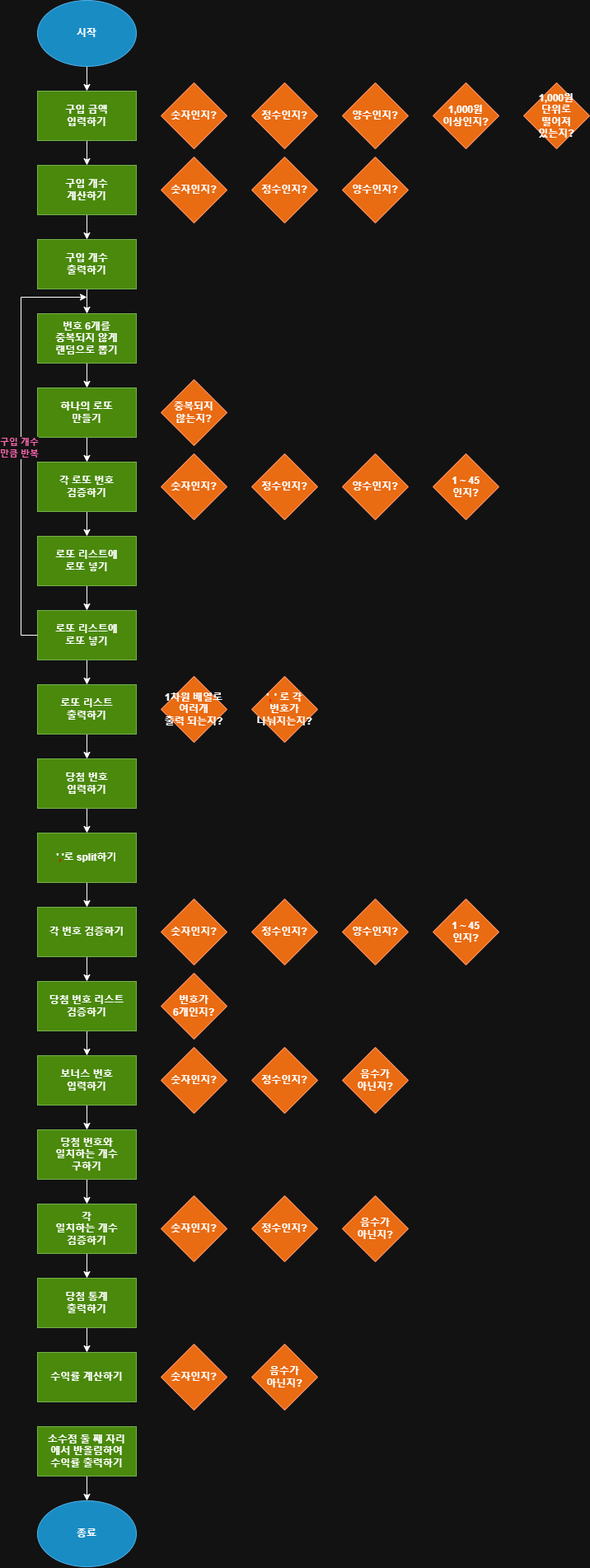
The draw.io diagram images/flowchart_3w.png in LeeKangRyong/javascript-lotto-8, before a commit. Source tidied: cells renumbered, new cells last; positions are measured from the earlier drawing's top-left corner, leaving out a move shared by most shapes.
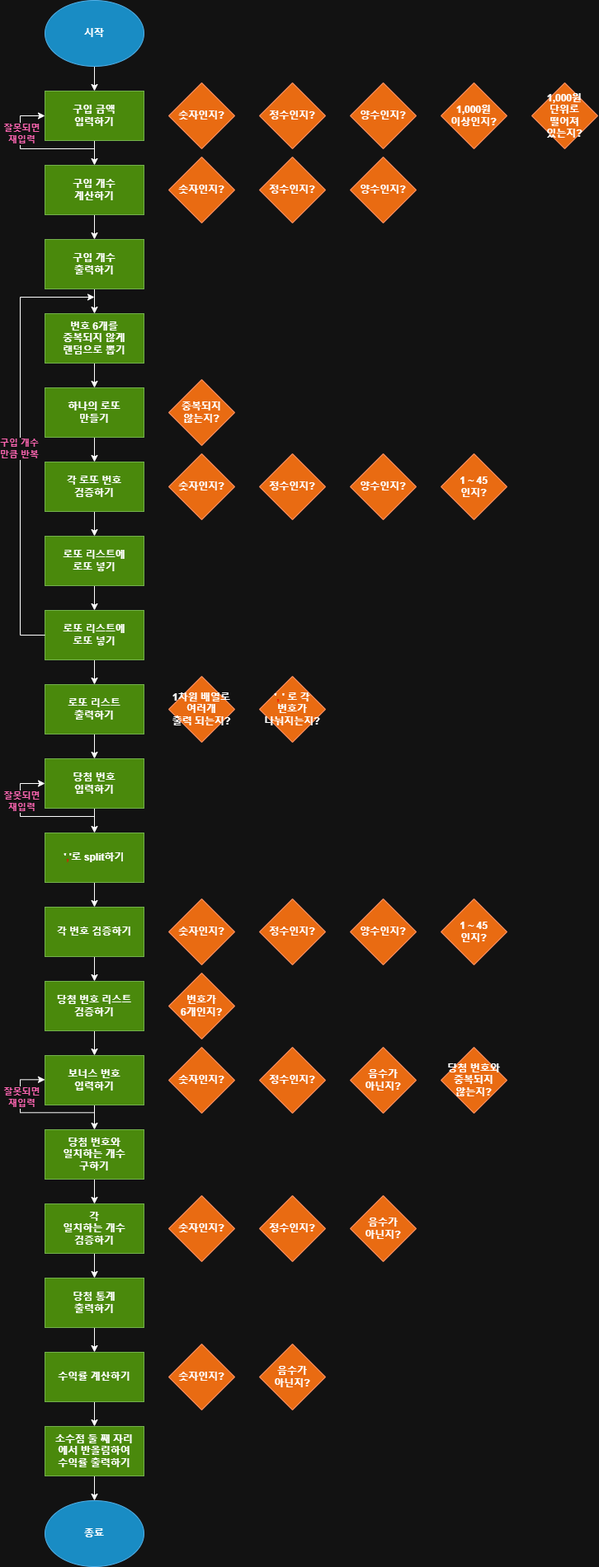
After the change.

Change to the diagram source:
```diff
@@ -97,14 +97,14 @@
     </mxCell>
     <mxCell id="33" style="endArrow=classic;html=1;rounded=0;" parent="1" edge="1">
       <mxGeometry relative="1" as="geometry">
-        <mxPoint y="360" as="sourcePoint" />
+        <mxPoint x="-10" y="360" as="sourcePoint" />
         <mxPoint x="80" y="360" as="targetPoint" />
       </mxGeometry>
     </mxCell>
     <mxCell id="34" style="endArrow=none;html=1;rounded=0;" parent="1" edge="1">
       <mxGeometry relative="1" as="geometry">
-        <mxPoint y="770" as="sourcePoint" />
-        <mxPoint y="360" as="targetPoint" />
+        <mxPoint x="-10" y="770" as="sourcePoint" />
+        <mxPoint x="-10" y="360" as="targetPoint" />
       </mxGeometry>
     </mxCell>
     <mxCell id="35" value="&lt;b&gt;&lt;font style=&quot;color: light-dark(rgb(0, 0, 0), rgb(255, 102, 179));&quot;&gt;구입 개수&lt;/font&gt;&lt;/b&gt;&lt;div&gt;&lt;b&gt;&lt;font style=&quot;color: light-dark(rgb(0, 0, 0), rgb(255, 102, 179));&quot;&gt;만큼 반복&lt;/font&gt;&lt;/b&gt;&lt;/div&gt;" style="edgeLabel;html=1;align=center;verticalAlign=middle;" parent="34" vertex="1">
@@ -112,7 +112,7 @@
     </mxCell>
     <mxCell id="36" style="endArrow=none;html=1;rounded=0;entryX=0;entryY=0.5;entryDx=0;entryDy=0;" parent="1" edge="1" target="32">
       <mxGeometry relative="1" as="geometry">
-        <mxPoint y="770" as="sourcePoint" />
+        <mxPoint x="-10" y="770" as="sourcePoint" />
       </mxGeometry>
     </mxCell>
     <mxCell id="37" style="edgeStyle=orthogonalEdgeStyle;rounded=0;jettySize=auto;html=1;" parent="1" edge="1" source="38" target="42">
@@ -210,6 +210,9 @@
     <mxCell id="67" value="&lt;div&gt;&lt;b style=&quot;color: light-dark(rgb(255, 255, 255), rgb(255, 255, 255)); background-color: transparent;&quot;&gt;당첨 통계&lt;/b&gt;&lt;/div&gt;&lt;div&gt;&lt;b style=&quot;color: light-dark(rgb(255, 255, 255), rgb(255, 255, 255)); background-color: transparent;&quot;&gt;출력하기&lt;/b&gt;&lt;/div&gt;" style="rounded=0;whiteSpace=wrap;html=1;fillColor=#60a917;fontColor=#ffffff;strokeColor=#2D7600;" parent="1" vertex="1">
       <mxGeometry x="20" y="1550" width="120" height="60" as="geometry" />
     </mxCell>
+    <mxCell id="74" style="edgeStyle=orthogonalEdgeStyle;rounded=0;jettySize=auto;html=1;" parent="1" edge="1" source="68" target="72">
+      <mxGeometry relative="1" as="geometry" />
+    </mxCell>
     <mxCell id="68" value="&lt;div&gt;&lt;b style=&quot;background-color: transparent; color: light-dark(rgb(255, 255, 255), rgb(255, 255, 255));&quot;&gt;수익률 계산하기&lt;/b&gt;&lt;/div&gt;" style="rounded=0;whiteSpace=wrap;html=1;fillColor=#60a917;fontColor=#ffffff;strokeColor=#2D7600;" parent="1" vertex="1">
       <mxGeometry x="20" y="1640" width="120" height="60" as="geometry" />
     </mxCell>
@@ -228,5 +231,70 @@
     <mxCell id="73" value="&lt;b&gt;&lt;font style=&quot;color: light-dark(rgb(255, 255, 255), rgb(255, 255, 255));&quot;&gt;종료&lt;/font&gt;&lt;/b&gt;" style="ellipse;whiteSpace=wrap;html=1;fillColor=#1ba1e2;fontColor=#ffffff;strokeColor=#006EAF;" parent="1" vertex="1">
       <mxGeometry x="20" y="1820" width="120" height="80" as="geometry" />
     </mxCell>
+    <mxCell id="75" value="&lt;div&gt;&lt;font style=&quot;color: light-dark(rgb(255, 255, 255), rgb(255, 255, 255));&quot;&gt;&lt;b style=&quot;&quot;&gt;당첨 번호와&lt;/b&gt;&lt;/font&gt;&lt;/div&gt;&lt;div&gt;&lt;font style=&quot;color: light-dark(rgb(255, 255, 255), rgb(255, 255, 255));&quot;&gt;&lt;b&gt;중복되지&lt;/b&gt;&lt;/font&gt;&lt;/div&gt;&lt;div&gt;&lt;font style=&quot;color: light-dark(rgb(255, 255, 255), rgb(255, 255, 255));&quot;&gt;&lt;b style=&quot;&quot;&gt;않는지?&lt;/b&gt;&lt;/font&gt;&lt;/div&gt;" style="rhombus;whiteSpace=wrap;html=1;fillColor=#fa6800;fontColor=#000000;strokeColor=#C73500;" parent="1" vertex="1">
+      <mxGeometry x="500" y="1270" width="80" height="80" as="geometry" />
+    </mxCell>
+    <mxCell id="76" style="endArrow=none;html=1;rounded=0;" parent="1" edge="1">
+      <mxGeometry relative="1" as="geometry">
+        <mxPoint x="-10" y="180" as="sourcePoint" />
+        <mxPoint x="80" y="180" as="targetPoint" />
+      </mxGeometry>
+    </mxCell>
+    <mxCell id="77" style="endArrow=none;html=1;rounded=0;" parent="1" edge="1">
+      <mxGeometry relative="1" as="geometry">
+        <mxPoint x="-10" y="180" as="sourcePoint" />
+        <mxPoint x="-10" y="140" as="targetPoint" />
+      </mxGeometry>
+    </mxCell>
+    <mxCell id="78" value="&lt;font style=&quot;color: light-dark(rgb(0, 0, 0), rgb(255, 102, 179));&quot;&gt;&lt;b&gt;잘못되면&lt;/b&gt;&lt;/font&gt;&lt;div&gt;&lt;font style=&quot;color: light-dark(rgb(0, 0, 0), rgb(255, 102, 179));&quot;&gt;&lt;b&gt;재입력&lt;/b&gt;&lt;/font&gt;&lt;/div&gt;" style="edgeLabel;html=1;align=center;verticalAlign=middle;" parent="77" vertex="1">
+      <mxGeometry x="-0.03" y="-1" relative="1" as="geometry" />
+    </mxCell>
+    <mxCell id="79" style="endArrow=classic;html=1;rounded=0;entryX=0;entryY=0.5;entryDx=0;entryDy=0;" parent="1" edge="1" target="5">
+      <mxGeometry relative="1" as="geometry">
+        <mxPoint x="-10" y="140" as="sourcePoint" />
+      </mxGeometry>
+    </mxCell>
+    <mxCell id="80" style="endArrow=none;html=1;rounded=0;" parent="1" edge="1">
+      <mxGeometry relative="1" as="geometry">
+        <mxPoint x="-10" y="990" as="sourcePoint" />
+        <mxPoint x="80" y="990" as="targetPoint" />
+      </mxGeometry>
+    </mxCell>
+    <mxCell id="81" style="endArrow=none;html=1;rounded=0;" parent="1" edge="1">
+      <mxGeometry relative="1" as="geometry">
+        <mxPoint x="-10" y="990" as="sourcePoint" />
+        <mxPoint x="-10" y="950" as="targetPoint" />
+      </mxGeometry>
+    </mxCell>
+    <mxCell id="82" value="&lt;font style=&quot;color: light-dark(rgb(0, 0, 0), rgb(255, 102, 179));&quot;&gt;&lt;b&gt;잘못되면&lt;/b&gt;&lt;/font&gt;&lt;div&gt;&lt;font style=&quot;color: light-dark(rgb(0, 0, 0), rgb(255, 102, 179));&quot;&gt;&lt;b&gt;재입력&lt;/b&gt;&lt;/font&gt;&lt;/div&gt;" style="edgeLabel;html=1;align=center;verticalAlign=middle;" parent="81" vertex="1">
+      <mxGeometry x="-0.03" y="-1" relative="1" as="geometry" />
+    </mxCell>
+    <mxCell id="83" style="endArrow=classic;html=1;rounded=0;entryX=0;entryY=0.5;entryDx=0;entryDy=0;" parent="1" edge="1">
+      <mxGeometry relative="1" as="geometry">
+        <mxPoint x="-10" y="950" as="sourcePoint" />
+        <mxPoint x="20" y="950" as="targetPoint" />
+      </mxGeometry>
+    </mxCell>
+    <mxCell id="84" style="endArrow=none;html=1;rounded=0;" parent="1" edge="1">
+      <mxGeometry relative="1" as="geometry">
+        <mxPoint x="-10" y="1349.3" as="sourcePoint" />
+        <mxPoint x="80" y="1349.3" as="targetPoint" />
+      </mxGeometry>
+    </mxCell>
+    <mxCell id="85" style="endArrow=none;html=1;rounded=0;" parent="1" edge="1">
+      <mxGeometry relative="1" as="geometry">
+        <mxPoint x="-10" y="1349.3" as="sourcePoint" />
+        <mxPoint x="-10" y="1309.3" as="targetPoint" />
+      </mxGeometry>
+    </mxCell>
+    <mxCell id="86" value="&lt;font style=&quot;color: light-dark(rgb(0, 0, 0), rgb(255, 102, 179));&quot;&gt;&lt;b&gt;잘못되면&lt;/b&gt;&lt;/font&gt;&lt;div&gt;&lt;font style=&quot;color: light-dark(rgb(0, 0, 0), rgb(255, 102, 179));&quot;&gt;&lt;b&gt;재입력&lt;/b&gt;&lt;/font&gt;&lt;/div&gt;" style="edgeLabel;html=1;align=center;verticalAlign=middle;" parent="85" vertex="1">
+      <mxGeometry x="-0.03" y="-1" relative="1" as="geometry" />
+    </mxCell>
+    <mxCell id="87" style="endArrow=classic;html=1;rounded=0;entryX=0;entryY=0.5;entryDx=0;entryDy=0;" parent="1" edge="1">
+      <mxGeometry relative="1" as="geometry">
+        <mxPoint x="-10" y="1309.3" as="sourcePoint" />
+        <mxPoint x="20" y="1309.3" as="targetPoint" />
+      </mxGeometry>
+    </mxCell>
   </root>
 </mxGraphModel>
```
